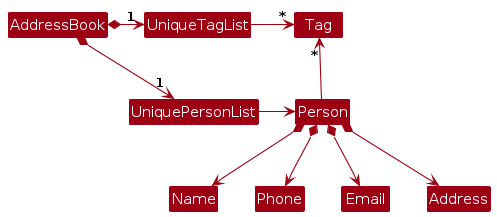
The PlantUML diagram diagrams/BetterModelClassDiagram.png in AY2627S1-CS2103T-T16-2/tp, before a commit. Its source is kept beside it as diagrams/BetterModelClassDiagram.puml. Source of this version:
```plantuml
@startuml
!include style.puml
skinparam arrowThickness 1.1
skinparam arrowColor MODEL_COLOR
skinparam classBackgroundColor MODEL_COLOR

AddressBook *-right-> "1" UniquePersonList
AddressBook *-right-> "1" UniqueTagList
UniqueTagList -[hidden]down- UniquePersonList
UniqueTagList -[hidden]down- UniquePersonList

UniqueTagList -right-> "*" Tag
UniquePersonList -right-> Person

Person -up-> "*" Tag

Person *--> Name
Person *--> Phone
Person *--> Email
Person *--> Address
@enduml
```
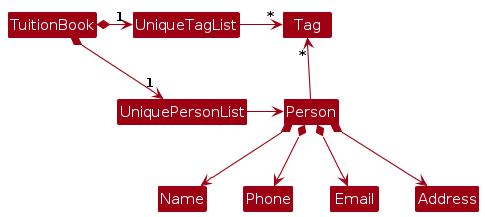
Later version of the same file.

Change to the diagram source:
```diff
@@ -4,8 +4,8 @@
 skinparam arrowColor MODEL_COLOR
 skinparam classBackgroundColor MODEL_COLOR
 
-AddressBook *-right-> "1" UniquePersonList
-AddressBook *-right-> "1" UniqueTagList
+TuitionBook *-right-> "1" UniquePersonList
+TuitionBook *-right-> "1" UniqueTagList
 UniqueTagList -[hidden]down- UniquePersonList
 UniqueTagList -[hidden]down- UniquePersonList
 
```
